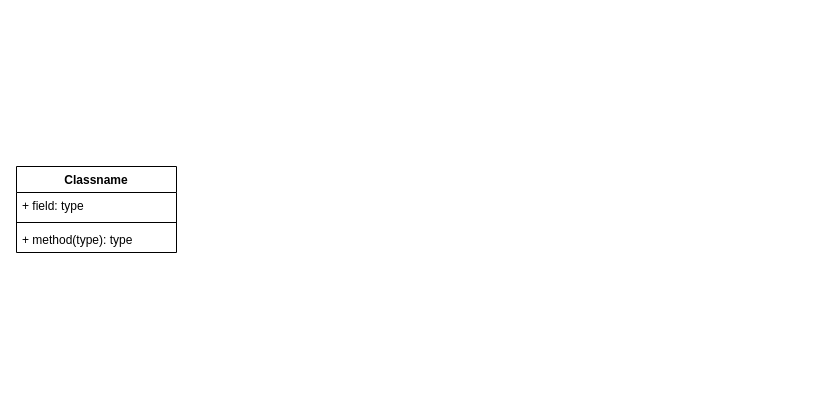
goingobsolete/bartgraphic keeps this draw.io diagram as page "Page-1" (1 of 3) of bartlebyClock.dio. Above is the earlier version. Source tidied: cells renumbered, new cells numbered last; positions are measured from the earlier drawing's top-left corner, leaving out a move shared by most shapes. Both pictures are drawn from the tidied source at 100%, with x=0, y=0 at pixel (16, 166).
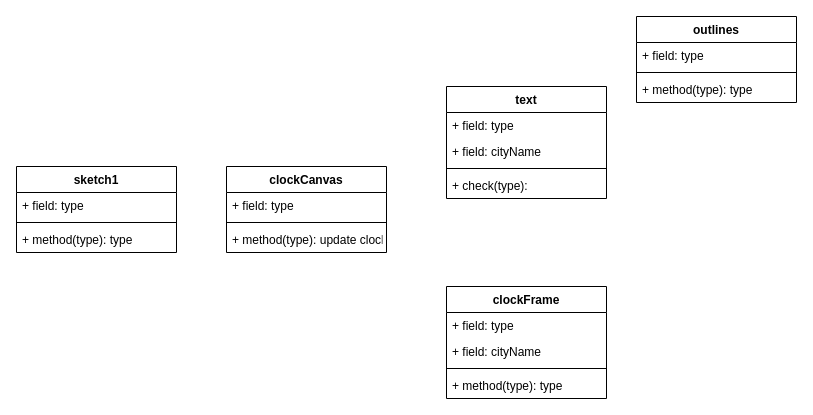
Above is the later version.

What changed in the source:
```diff
@@
-    <mxCell id="2" value="Classname" style="swimlane;fontStyle=1;align=center;verticalAlign=top;horizontal=1;startSize=26;" parent="1" vertex="1">
+    <mxCell id="2" value="sketch1" style="swimlane;fontStyle=1;align=center;verticalAlign=top;horizontal=1;startSize=26;" parent="1" vertex="1">
       <mxGeometry width="160" height="86" as="geometry" />
     </mxCell>
@@
+    <mxCell id="6" value="clockCanvas" style="swimlane;fontStyle=1;align=center;verticalAlign=top;horizontal=1;startSize=26;" parent="1" vertex="1">
+      <mxGeometry x="210" width="160" height="86" as="geometry" />
+    </mxCell>
+    <mxCell id="7" value="+ field: type" style="text;strokeColor=none;fillColor=none;align=left;verticalAlign=top;spacingLeft=4;spacingRight=4;overflow=hidden;" parent="6" vertex="1">
+      <mxGeometry y="26" width="160" height="26" as="geometry" />
+    </mxCell>
+    <mxCell id="8" style="line;strokeWidth=1;fillColor=none;align=left;verticalAlign=middle;spacingTop=-1;spacingLeft=3;spacingRight=3;labelPosition=right;strokeColor=inherit;" parent="6" vertex="1">
+      <mxGeometry y="52" width="160" height="8" as="geometry" />
+    </mxCell>
+    <mxCell id="9" value="+ method(type): update clock" style="text;strokeColor=none;fillColor=none;align=left;verticalAlign=top;spacingLeft=4;spacingRight=4;overflow=hidden;" parent="6" vertex="1">
+      <mxGeometry y="60" width="160" height="26" as="geometry" />
+    </mxCell>
+    <mxCell id="10" value="clockFrame" style="swimlane;fontStyle=1;align=center;verticalAlign=top;horizontal=1;startSize=26;" parent="1" vertex="1">
+      <mxGeometry x="430" y="120" width="160" height="112" as="geometry" />
+    </mxCell>
+    <mxCell id="11" value="+ field: type" style="text;strokeColor=none;fillColor=none;align=left;verticalAlign=top;spacingLeft=4;spacingRight=4;overflow=hidden;" parent="10" vertex="1">
+      <mxGeometry y="26" width="160" height="26" as="geometry" />
+    </mxCell>
+    <mxCell id="12" value="+ field: cityName" style="text;strokeColor=none;fillColor=none;align=left;verticalAlign=top;spacingLeft=4;spacingRight=4;overflow=hidden;" parent="10" vertex="1">
+      <mxGeometry y="52" width="160" height="26" as="geometry" />
+    </mxCell>
+    <mxCell id="13" style="line;strokeWidth=1;fillColor=none;align=left;verticalAlign=middle;spacingTop=-1;spacingLeft=3;spacingRight=3;labelPosition=right;strokeColor=inherit;" parent="10" vertex="1">
+      <mxGeometry y="78" width="160" height="8" as="geometry" />
+    </mxCell>
+    <mxCell id="14" value="+ method(type): type" style="text;strokeColor=none;fillColor=none;align=left;verticalAlign=top;spacingLeft=4;spacingRight=4;overflow=hidden;" parent="10" vertex="1">
+      <mxGeometry y="86" width="160" height="26" as="geometry" />
+    </mxCell>
+    <mxCell id="15" value="text" style="swimlane;fontStyle=1;align=center;verticalAlign=top;horizontal=1;startSize=26;" parent="1" vertex="1">
+      <mxGeometry x="430" y="-80" width="160" height="112" as="geometry" />
+    </mxCell>
+    <mxCell id="16" value="+ field: type" style="text;strokeColor=none;fillColor=none;align=left;verticalAlign=top;spacingLeft=4;spacingRight=4;overflow=hidden;" parent="15" vertex="1">
+      <mxGeometry y="26" width="160" height="26" as="geometry" />
+    </mxCell>
+    <mxCell id="17" value="+ field: cityName" style="text;strokeColor=none;fillColor=none;align=left;verticalAlign=top;spacingLeft=4;spacingRight=4;overflow=hidden;" parent="15" vertex="1">
+      <mxGeometry y="52" width="160" height="26" as="geometry" />
+    </mxCell>
+    <mxCell id="18" style="line;strokeWidth=1;fillColor=none;align=left;verticalAlign=middle;spacingTop=-1;spacingLeft=3;spacingRight=3;labelPosition=right;strokeColor=inherit;" parent="15" vertex="1">
+      <mxGeometry y="78" width="160" height="8" as="geometry" />
+    </mxCell>
+    <mxCell id="19" value="+ check(type): " style="text;strokeColor=none;fillColor=none;align=left;verticalAlign=top;spacingLeft=4;spacingRight=4;overflow=hidden;" parent="15" vertex="1">
+      <mxGeometry y="86" width="160" height="26" as="geometry" />
+    </mxCell>
+    <mxCell id="20" value="outlines" style="swimlane;fontStyle=1;align=center;verticalAlign=top;horizontal=1;startSize=26;" parent="1" vertex="1">
+      <mxGeometry x="620" y="-150" width="160" height="86" as="geometry" />
+    </mxCell>
+    <mxCell id="21" value="+ field: type" style="text;strokeColor=none;fillColor=none;align=left;verticalAlign=top;spacingLeft=4;spacingRight=4;overflow=hidden;" parent="20" vertex="1">
+      <mxGeometry y="26" width="160" height="26" as="geometry" />
+    </mxCell>
+    <mxCell id="22" style="line;strokeWidth=1;fillColor=none;align=left;verticalAlign=middle;spacingTop=-1;spacingLeft=3;spacingRight=3;labelPosition=right;strokeColor=inherit;" parent="20" vertex="1">
+      <mxGeometry y="52" width="160" height="8" as="geometry" />
+    </mxCell>
+    <mxCell id="23" value="+ method(type): type" style="text;strokeColor=none;fillColor=none;align=left;verticalAlign=top;spacingLeft=4;spacingRight=4;overflow=hidden;" parent="20" vertex="1">
+      <mxGeometry y="60" width="160" height="26" as="geometry" />
+    </mxCell>
```
